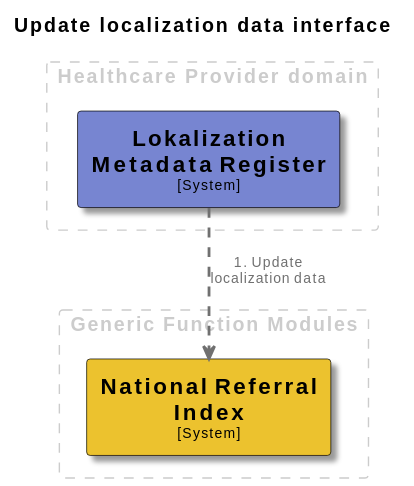
Above: docs/images/structurizr-UpdateLocalizationDataInterface.svg in minvws/gfmodules-coordination (PlantUML), before the change. The source it was exported from:
```plantuml
@startuml
set separator none
title Update localization data interface

top to bottom direction

skinparam {
  arrowFontSize 10
  defaultTextAlignment center
  wrapWidth 200
  maxMessageSize 100
}

hide stereotype

skinparam rectangle<<LokalizationMetadataRegister>> {
  BackgroundColor #7785d1
  FontColor #000000
  BorderColor #000000
  shadowing true
}
skinparam rectangle<<NationalReferralIndex>> {
  BackgroundColor #ecc22e
  FontColor #000000
  BorderColor #000000
  shadowing true
}

rectangle "Generic Function Modules" <<group1>> as group1 {
  skinparam RectangleBorderColor<<group1>> #cccccc
  skinparam RectangleFontColor<<group1>> #cccccc
  skinparam RectangleBorderStyle<<group1>> dashed

  rectangle "==National Referral Index\n<size:10>[System]</size>" <<NationalReferralIndex>> as NationalReferralIndex
}

rectangle "Healthcare Provider domain" <<group2>> as group2 {
  skinparam RectangleBorderColor<<group2>> #cccccc
  skinparam RectangleFontColor<<group2>> #cccccc
  skinparam RectangleBorderStyle<<group2>> dashed

  rectangle "==Lokalization Metadata Register\n<size:10>[System]</size>" <<LokalizationMetadataRegister>> as LokalizationMetadataRegister
}

LokalizationMetadataRegister .[#707070,thickness=2].> NationalReferralIndex : "<color:#707070>1. Update localization data"
@enduml
```
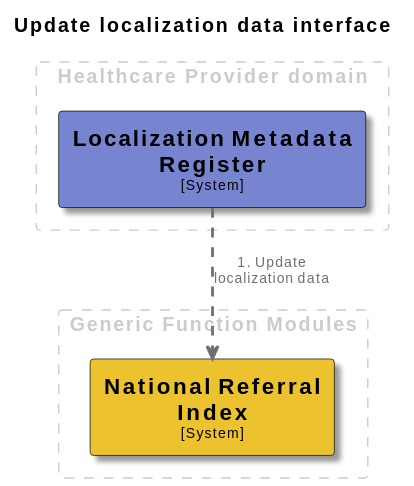
After the change.

What changed in the source:
```diff
@@ -13,7 +13,7 @@
 
 hide stereotype
 
-skinparam rectangle<<LokalizationMetadataRegister>> {
+skinparam rectangle<<LocalizationMetadataRegister>> {
   BackgroundColor #7785d1
   FontColor #000000
   BorderColor #000000
@@ -39,8 +39,8 @@
   skinparam RectangleFontColor<<group2>> #cccccc
   skinparam RectangleBorderStyle<<group2>> dashed
 
-  rectangle "==Lokalization Metadata Register\n<size:10>[System]</size>" <<LokalizationMetadataRegister>> as LokalizationMetadataRegister
+  rectangle "==Localization Metadata Register\n<size:10>[System]</size>" <<LocalizationMetadataRegister>> as LocalizationMetadataRegister
 }
 
-LokalizationMetadataRegister .[#707070,thickness=2].> NationalReferralIndex : "<color:#707070>1. Update localization data"
+LocalizationMetadataRegister .[#707070,thickness=2].> NationalReferralIndex : "<color:#707070>1. Update localization data"
 @enduml
```
